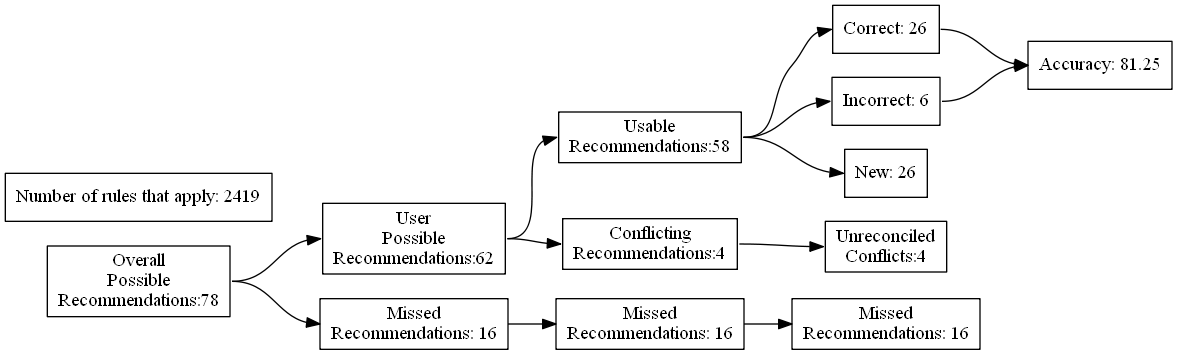
ZaxR/ibd_diet_analysis keeps this Graphviz diagram as test_renders/102.gv.png. Above is the earlier version. Its source is kept beside it as test_renders/102.gv.
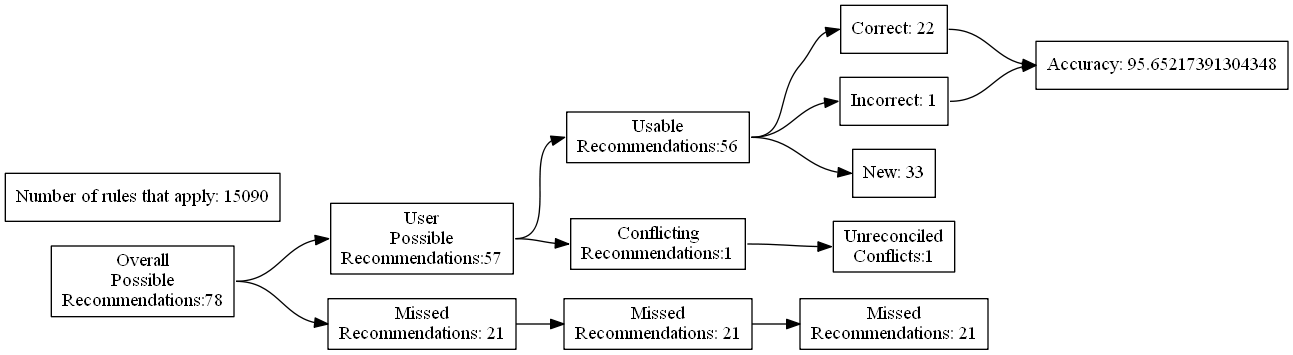
The same diagram one commit later.

The edit, as a diff of the source:
```diff
@@ -7,24 +7,24 @@
 Recommendations:78"]
 		B [label="User
 Possible
-Recommendations:62"]
+Recommendations:57"]
 		C [label="Missed
-Recommendations: 16"]
+Recommendations: 21"]
 		D [label="Usable
-Recommendations:58"]
+Recommendations:56"]
 		E [label="Conflicting
-Recommendations:4"]
+Recommendations:1"]
 		J [label="Missed
-Recommendations: 16"]
+Recommendations: 21"]
 		M [label="Unreconciled
-Conflicts:4"]
-		F [label="Correct: 26"]
-		G [label="Incorrect: 6"]
-		H [label="New: 26"]
+Conflicts:1"]
+		F [label="Correct: 22"]
+		G [label="Incorrect: 1"]
+		H [label="New: 33"]
 		K [label="Missed
-Recommendations: 16"]
-		I [label="Accuracy: 81.25"]
-		l [label="Number of rules that apply: 2419"]
+Recommendations: 21"]
+		I [label="Accuracy: 95.65217391304348"]
+		l [label="Number of rules that apply: 15090"]
 			A -> B
 			A -> C
 			B -> D
```
